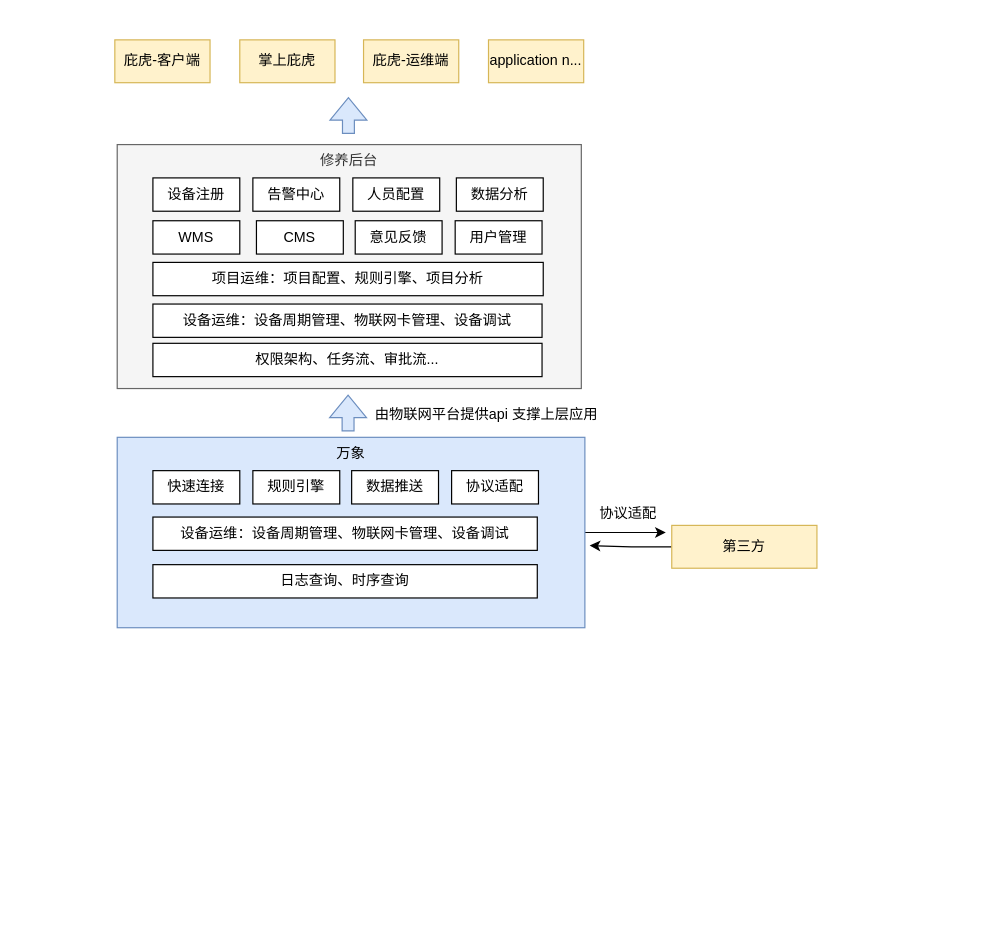
This is 业务架构.drawio from WantWeag/Wantweag.github.io, a draw.io file, before an edit. Source tidied: cells renumbered, new cells numbered last; positions are measured from the earlier drawing's top-left corner, leaving out a move shared by most shapes. Both pictures are drawn from the tidied source at 119%, with x=0, y=0 at pixel (114, 39).
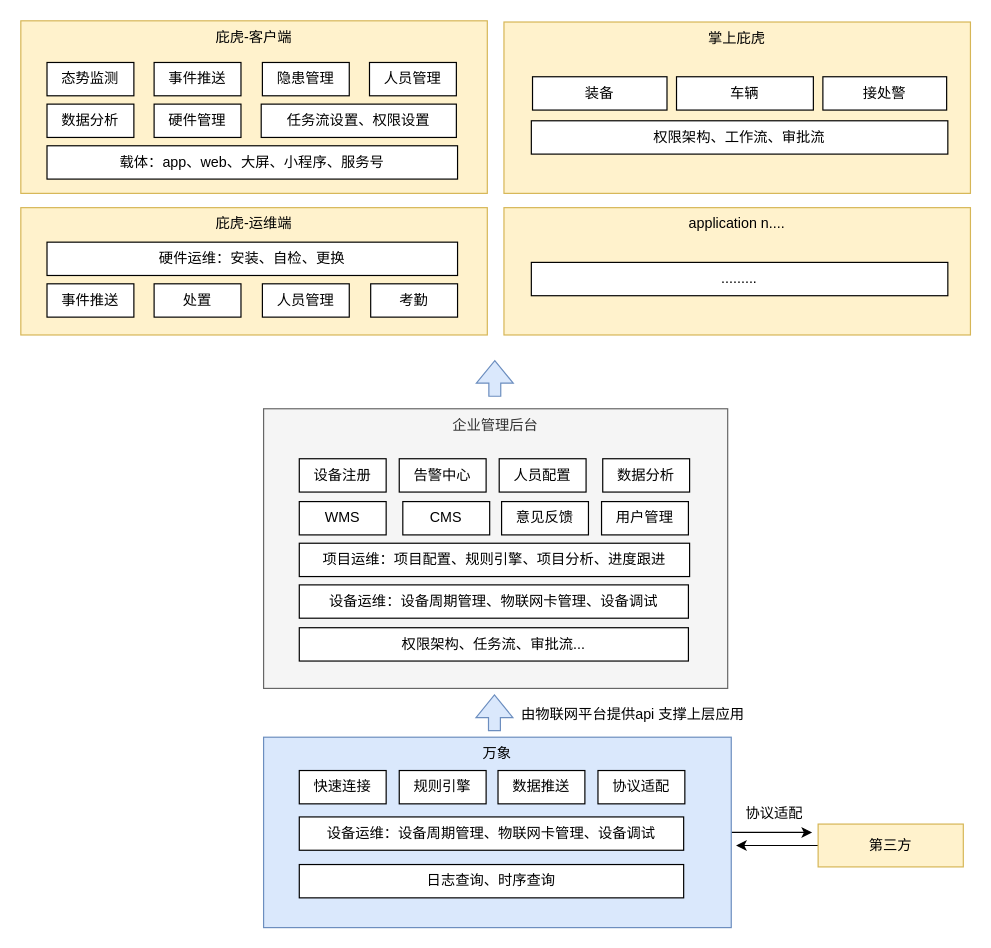
The same page after the edit.

What changed in the source:
```diff
@@
     <mxCell id="2" style="edgeStyle=orthogonalEdgeStyle;rounded=0;orthogonalLoop=1;jettySize=auto;html=1;shape=flexArrow;fillColor=#dae8fc;strokeColor=#6c8ebf;" parent="1" edge="1">
       <mxGeometry relative="1" as="geometry">
-        <mxPoint x="196" y="329" as="sourcePoint" />
-        <mxPoint x="196" y="298" as="targetPoint" />
+        <mxPoint x="319" y="581" as="sourcePoint" />
+        <mxPoint x="319" y="550" as="targetPoint" />
       </mxGeometry>
     </mxCell>
     <mxCell id="3" style="edgeStyle=orthogonalEdgeStyle;rounded=0;jettySize=auto;html=1;" parent="1" edge="1" source="4">
       <mxGeometry relative="1" as="geometry">
-        <mxPoint x="463" y="414" as="targetPoint" />
+        <mxPoint x="586" y="666" as="targetPoint" />
       </mxGeometry>
     </mxCell>
     <mxCell id="4" value="万象" style="rounded=0;whiteSpace=wrap;html=1;fillColor=#dae8fc;strokeColor=#6c8ebf;align=center;verticalAlign=top;" parent="1" vertex="1">
-      <mxGeometry x="2" y="334" width="393" height="160" as="geometry" />
+      <mxGeometry x="125" y="586" width="393" height="160" as="geometry" />
     </mxCell>
-    <mxCell id="5" value="修养后台" style="rounded=0;whiteSpace=wrap;html=1;fillColor=#f5f5f5;strokeColor=#666666;fontColor=#333333;verticalAlign=top;" parent="1" vertex="1">
-      <mxGeometry x="2" y="88" width="390" height="205" as="geometry" />
+    <mxCell id="5" value="企业管理后台" style="rounded=0;whiteSpace=wrap;html=1;fillColor=#f5f5f5;strokeColor=#666666;fontColor=#333333;verticalAlign=top;" parent="1" vertex="1">
+      <mxGeometry x="125" y="310" width="390" height="235" as="geometry" />
     </mxCell>
-    <mxCell id="6" value="庇虎-客户端" style="rounded=0;whiteSpace=wrap;html=1;fillColor=#fff2cc;strokeColor=#d6b656;" parent="1" vertex="1">
-      <mxGeometry width="80" height="36" as="geometry" />
+    <mxCell id="6" value="庇虎-客户端" style="rounded=0;whiteSpace=wrap;html=1;fillColor=#fff2cc;strokeColor=#d6b656;verticalAlign=top;" parent="1" vertex="1">
+      <mxGeometry x="-79" y="-16" width="392" height="145" as="geometry" />
     </mxCell>
-    <mxCell id="7" value="掌上庇虎" style="rounded=0;whiteSpace=wrap;html=1;fillColor=#fff2cc;strokeColor=#d6b656;" parent="1" vertex="1">
-      <mxGeometry x="105" width="80" height="36" as="geometry" />
-    </mxCell>
     <mxCell id="8" style="edgeStyle=orthogonalEdgeStyle;rounded=0;orthogonalLoop=1;jettySize=auto;html=1;shape=flexArrow;fillColor=#dae8fc;strokeColor=#6c8ebf;" parent="1" edge="1">
       <mxGeometry relative="1" as="geometry">
-        <mxPoint x="196.3" y="79" as="sourcePoint" />
-        <mxPoint x="196.3" y="48" as="targetPoint" />
+        <mxPoint x="319.3" y="300" as="sourcePoint" />
+        <mxPoint x="319.3" y="269" as="targetPoint" />
       </mxGeometry>
     </mxCell>
     <mxCell id="9" value="快速连接" style="rounded=0;whiteSpace=wrap;html=1;align=center;verticalAlign=top;" parent="1" vertex="1">
-      <mxGeometry x="32" y="362" width="73" height="28" as="geometry" />
+      <mxGeometry x="155" y="614" width="73" height="28" as="geometry" />
     </mxCell>
     <mxCell id="10" value="协议适配" style="rounded=0;whiteSpace=wrap;html=1;align=center;verticalAlign=top;" parent="1" vertex="1">
-      <mxGeometry x="283" y="362" width="73" height="28" as="geometry" />
+      <mxGeometry x="406" y="614" width="73" height="28" as="geometry" />
     </mxCell>
     <mxCell id="11" style="edgeStyle=orthogonalEdgeStyle;rounded=0;jettySize=auto;html=1;" parent="1" edge="1" source="12">
       <mxGeometry relative="1" as="geometry">
-        <mxPoint x="399" y="425" as="targetPoint" />
+        <mxPoint x="522" y="677" as="targetPoint" />
       </mxGeometry>
     </mxCell>
     <mxCell id="12" value="第三方" style="rounded=0;whiteSpace=wrap;html=1;fillColor=#fff2cc;strokeColor=#d6b656;" parent="1" vertex="1">
-      <mxGeometry x="468" y="408" width="122" height="36" as="geometry" />
+      <mxGeometry x="591" y="659" width="122" height="36" as="geometry" />
     </mxCell>
     <mxCell id="13" value="规则引擎" style="rounded=0;whiteSpace=wrap;html=1;align=center;verticalAlign=top;" parent="1" vertex="1">
-      <mxGeometry x="116" y="362" width="73" height="28" as="geometry" />
+      <mxGeometry x="239" y="614" width="73" height="28" as="geometry" />
     </mxCell>
     <mxCell id="14" value="数据推送" style="rounded=0;whiteSpace=wrap;html=1;align=center;verticalAlign=top;" parent="1" vertex="1">
-      <mxGeometry x="199" y="362" width="73" height="28" as="geometry" />
+      <mxGeometry x="322" y="614" width="73" height="28" as="geometry" />
     </mxCell>
     <mxCell id="15" value="设备运维：设备周期管理、物联网卡管理、设备调试" style="rounded=0;whiteSpace=wrap;html=1;align=center;verticalAlign=top;" parent="1" vertex="1">
-      <mxGeometry x="32" y="401" width="323" height="28" as="geometry" />
+      <mxGeometry x="155" y="653" width="323" height="28" as="geometry" />
     </mxCell>
     <mxCell id="16" value="由物联网平台提供api 支撑上层应用" style="text;html=1;strokeColor=none;fillColor=none;align=center;verticalAlign=middle;whiteSpace=wrap;rounded=0;" parent="1" vertex="1">
-      <mxGeometry x="214" y="300" width="197" height="30" as="geometry" />
+      <mxGeometry x="337" y="552" width="197" height="30" as="geometry" />
     </mxCell>
     <mxCell id="17" value="协议适配" style="text;html=1;strokeColor=none;fillColor=none;align=center;verticalAlign=middle;whiteSpace=wrap;rounded=0;" parent="1" vertex="1">
-      <mxGeometry x="400" y="383" width="63" height="30" as="geometry" />
+      <mxGeometry x="523" y="635" width="63" height="30" as="geometry" />
     </mxCell>
     <mxCell id="18" value="日志查询、时序查询" style="rounded=0;whiteSpace=wrap;html=1;align=center;verticalAlign=top;" parent="1" vertex="1">
-      <mxGeometry x="32" y="441" width="323" height="28" as="geometry" />
+      <mxGeometry x="155" y="693" width="323" height="28" as="geometry" />
     </mxCell>
     <mxCell id="19" value="设备注册" style="rounded=0;whiteSpace=wrap;html=1;align=center;verticalAlign=top;" parent="1" vertex="1">
-      <mxGeometry x="32" y="116" width="73" height="28" as="geometry" />
+      <mxGeometry x="155" y="352" width="73" height="28" as="geometry" />
     </mxCell>
-    <mxCell id="20" value="项目运维：项目配置、规则引擎、项目分析" style="rounded=0;whiteSpace=wrap;html=1;align=center;verticalAlign=top;" parent="1" vertex="1">
-      <mxGeometry x="32" y="187" width="328" height="28" as="geometry" />
+    <mxCell id="20" value="项目运维：项目配置、规则引擎、项目分析、进度跟进" style="rounded=0;whiteSpace=wrap;html=1;align=center;verticalAlign=top;" parent="1" vertex="1">
+      <mxGeometry x="155" y="423" width="328" height="28" as="geometry" />
     </mxCell>
     <mxCell id="21" value="告警中心" style="rounded=0;whiteSpace=wrap;html=1;align=center;verticalAlign=top;" parent="1" vertex="1">
-      <mxGeometry x="116" y="116" width="73" height="28" as="geometry" />
+      <mxGeometry x="239" y="352" width="73" height="28" as="geometry" />
     </mxCell>
     <mxCell id="22" value="数据分析" style="rounded=0;whiteSpace=wrap;html=1;align=center;verticalAlign=top;" parent="1" vertex="1">
-      <mxGeometry x="287" y="116" width="73" height="28" as="geometry" />
+      <mxGeometry x="410" y="352" width="73" height="28" as="geometry" />
     </mxCell>
     <mxCell id="23" value="CMS" style="rounded=0;whiteSpace=wrap;html=1;align=center;verticalAlign=top;" parent="1" vertex="1">
-      <mxGeometry x="119" y="152" width="73" height="28" as="geometry" />
+      <mxGeometry x="242" y="388" width="73" height="28" as="geometry" />
     </mxCell>
     <mxCell id="24" value="设备运维：设备周期管理、物联网卡管理、设备调试" style="rounded=0;whiteSpace=wrap;html=1;align=center;verticalAlign=top;" parent="1" vertex="1">
-      <mxGeometry x="32" y="222" width="327" height="28" as="geometry" />
+      <mxGeometry x="155" y="458" width="327" height="28" as="geometry" />
     </mxCell>
-    <mxCell id="25" value="庇虎-运维端" style="rounded=0;whiteSpace=wrap;html=1;fillColor=#fff2cc;strokeColor=#d6b656;" parent="1" vertex="1">
-      <mxGeometry x="209" width="80" height="36" as="geometry" />
-    </mxCell>
-    <mxCell id="26" value="application n..." style="rounded=0;whiteSpace=wrap;html=1;fillColor=#fff2cc;strokeColor=#d6b656;" parent="1" vertex="1">
-      <mxGeometry x="314" width="80" height="36" as="geometry" />
-    </mxCell>
     <mxCell id="27" value="用户管理" style="rounded=0;whiteSpace=wrap;html=1;align=center;verticalAlign=top;" parent="1" vertex="1">
-      <mxGeometry x="286" y="152" width="73" height="28" as="geometry" />
+      <mxGeometry x="409" y="388" width="73" height="28" as="geometry" />
     </mxCell>
     <mxCell id="28" value="意见反馈" style="rounded=0;whiteSpace=wrap;html=1;align=center;verticalAlign=top;" parent="1" vertex="1">
-      <mxGeometry x="202" y="152" width="73" height="28" as="geometry" />
+      <mxGeometry x="325" y="388" width="73" height="28" as="geometry" />
     </mxCell>
     <mxCell id="29" value="人员配置" style="rounded=0;whiteSpace=wrap;html=1;align=center;verticalAlign=top;" parent="1" vertex="1">
-      <mxGeometry x="200" y="116" width="73" height="28" as="geometry" />
+      <mxGeometry x="323" y="352" width="73" height="28" as="geometry" />
     </mxCell>
     <mxCell id="30" value="WMS" style="rounded=0;whiteSpace=wrap;html=1;align=center;verticalAlign=top;" parent="1" vertex="1">
-      <mxGeometry x="32" y="152" width="73" height="28" as="geometry" />
+      <mxGeometry x="155" y="388" width="73" height="28" as="geometry" />
     </mxCell>
     <mxCell id="31" value="权限架构、任务流、审批流..." style="rounded=0;whiteSpace=wrap;html=1;align=center;verticalAlign=top;" parent="1" vertex="1">
-      <mxGeometry x="32" y="255" width="327" height="28" as="geometry" />
+      <mxGeometry x="155" y="494" width="327" height="28" as="geometry" />
     </mxCell>
+    <mxCell id="25" value="庇虎-运维端" style="rounded=0;whiteSpace=wrap;html=1;fillColor=#fff2cc;strokeColor=#d6b656;verticalAlign=top;" parent="1" vertex="1">
+      <mxGeometry x="-79" y="141" width="392" height="107" as="geometry" />
+    </mxCell>
+    <mxCell id="7" value="掌上庇虎" style="rounded=0;whiteSpace=wrap;html=1;fillColor=#fff2cc;strokeColor=#d6b656;verticalAlign=top;" parent="1" vertex="1">
+      <mxGeometry x="327" y="-15" width="392" height="144" as="geometry" />
+    </mxCell>
+    <mxCell id="32" value="application n...." style="rounded=0;whiteSpace=wrap;html=1;fillColor=#fff2cc;strokeColor=#d6b656;verticalAlign=top;" parent="1" vertex="1">
+      <mxGeometry x="327" y="141" width="392" height="107" as="geometry" />
+    </mxCell>
+    <mxCell id="33" value="载体：app、web、大屏、小程序、服务号" style="rounded=0;whiteSpace=wrap;html=1;align=center;verticalAlign=top;" parent="1" vertex="1">
+      <mxGeometry x="-57" y="89" width="345" height="28" as="geometry" />
+    </mxCell>
+    <mxCell id="34" value="态势监测" style="rounded=0;whiteSpace=wrap;html=1;align=center;verticalAlign=top;" parent="1" vertex="1">
+      <mxGeometry x="-57" y="19" width="73" height="28" as="geometry" />
+    </mxCell>
+    <mxCell id="35" value="事件推送" style="rounded=0;whiteSpace=wrap;html=1;align=center;verticalAlign=top;" parent="1" vertex="1">
+      <mxGeometry x="33" y="19" width="73" height="28" as="geometry" />
+    </mxCell>
+    <mxCell id="36" value="隐患管理" style="rounded=0;whiteSpace=wrap;html=1;align=center;verticalAlign=top;" parent="1" vertex="1">
+      <mxGeometry x="124" y="19" width="73" height="28" as="geometry" />
+    </mxCell>
+    <mxCell id="37" value="人员管理" style="rounded=0;whiteSpace=wrap;html=1;align=center;verticalAlign=top;" parent="1" vertex="1">
+      <mxGeometry x="214" y="19" width="73" height="28" as="geometry" />
+    </mxCell>
+    <mxCell id="38" value="数据分析" style="rounded=0;whiteSpace=wrap;html=1;align=center;verticalAlign=top;" parent="1" vertex="1">
+      <mxGeometry x="-57" y="54" width="73" height="28" as="geometry" />
+    </mxCell>
+    <mxCell id="39" value="硬件管理" style="rounded=0;whiteSpace=wrap;html=1;align=center;verticalAlign=top;" parent="1" vertex="1">
+      <mxGeometry x="33" y="54" width="73" height="28" as="geometry" />
+    </mxCell>
+    <mxCell id="40" value="任务流设置、权限设置" style="rounded=0;whiteSpace=wrap;html=1;align=center;verticalAlign=top;" parent="1" vertex="1">
+      <mxGeometry x="123" y="54" width="164" height="28" as="geometry" />
+    </mxCell>
+    <mxCell id="41" value="事件推送" style="rounded=0;whiteSpace=wrap;html=1;align=center;verticalAlign=top;" parent="1" vertex="1">
+      <mxGeometry x="-57" y="205" width="73" height="28" as="geometry" />
+    </mxCell>
+    <mxCell id="42" value="硬件运维：安装、自检、更换" style="rounded=0;whiteSpace=wrap;html=1;align=center;verticalAlign=top;" parent="1" vertex="1">
+      <mxGeometry x="-57" y="170" width="345" height="28" as="geometry" />
+    </mxCell>
+    <mxCell id="43" value="处置" style="rounded=0;whiteSpace=wrap;html=1;align=center;verticalAlign=top;" parent="1" vertex="1">
+      <mxGeometry x="33" y="205" width="73" height="28" as="geometry" />
+    </mxCell>
+    <mxCell id="44" value="人员管理" style="rounded=0;whiteSpace=wrap;html=1;align=center;verticalAlign=top;" parent="1" vertex="1">
+      <mxGeometry x="124" y="205" width="73" height="28" as="geometry" />
+    </mxCell>
+    <mxCell id="45" value="考勤" style="rounded=0;whiteSpace=wrap;html=1;align=center;verticalAlign=top;" parent="1" vertex="1">
+      <mxGeometry x="215" y="205" width="73" height="28" as="geometry" />
+    </mxCell>
+    <mxCell id="46" value="装备" style="rounded=0;whiteSpace=wrap;html=1;align=center;verticalAlign=top;" parent="1" vertex="1">
+      <mxGeometry x="351" y="31" width="113" height="28" as="geometry" />
+    </mxCell>
+    <mxCell id="47" value="车辆" style="rounded=0;whiteSpace=wrap;html=1;align=center;verticalAlign=top;" parent="1" vertex="1">
+      <mxGeometry x="472" y="31" width="115" height="28" as="geometry" />
+    </mxCell>
+    <mxCell id="48" value="接处警" style="rounded=0;whiteSpace=wrap;html=1;align=center;verticalAlign=top;" parent="1" vertex="1">
+      <mxGeometry x="595" y="31" width="104" height="28" as="geometry" />
+    </mxCell>
+    <mxCell id="49" value="权限架构、工作流、审批流" style="rounded=0;whiteSpace=wrap;html=1;align=center;verticalAlign=top;" parent="1" vertex="1">
+      <mxGeometry x="350" y="68" width="350" height="28" as="geometry" />
+    </mxCell>
+    <mxCell id="50" value="........." style="rounded=0;whiteSpace=wrap;html=1;align=center;verticalAlign=top;" parent="1" vertex="1">
+      <mxGeometry x="350" y="187" width="350" height="28" as="geometry" />
+    </mxCell>
```
